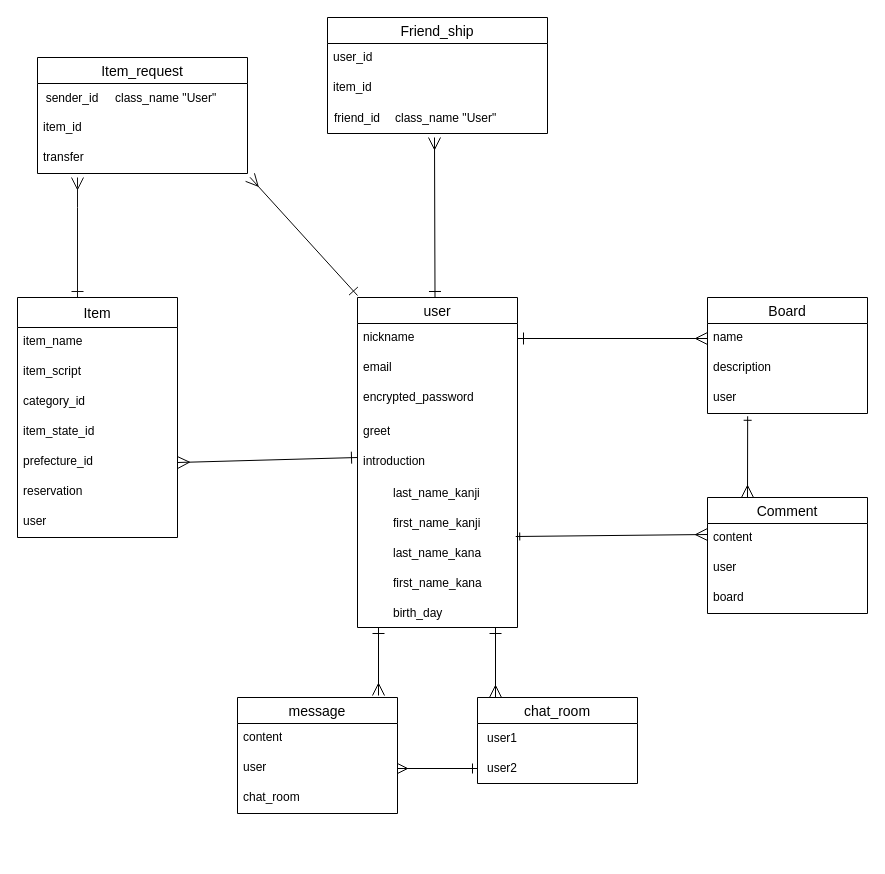
Earlier version of the draw.io diagram katarine.dio (Tomoki-Fukasawa/KATARINE). Source tidied: cells renumbered, new cells numbered last; positions are measured from the earlier drawing's top-left corner, leaving out a move shared by most shapes. Both pictures are drawn from the tidied source at 100%, with x=0, y=0 at pixel (17, 17).
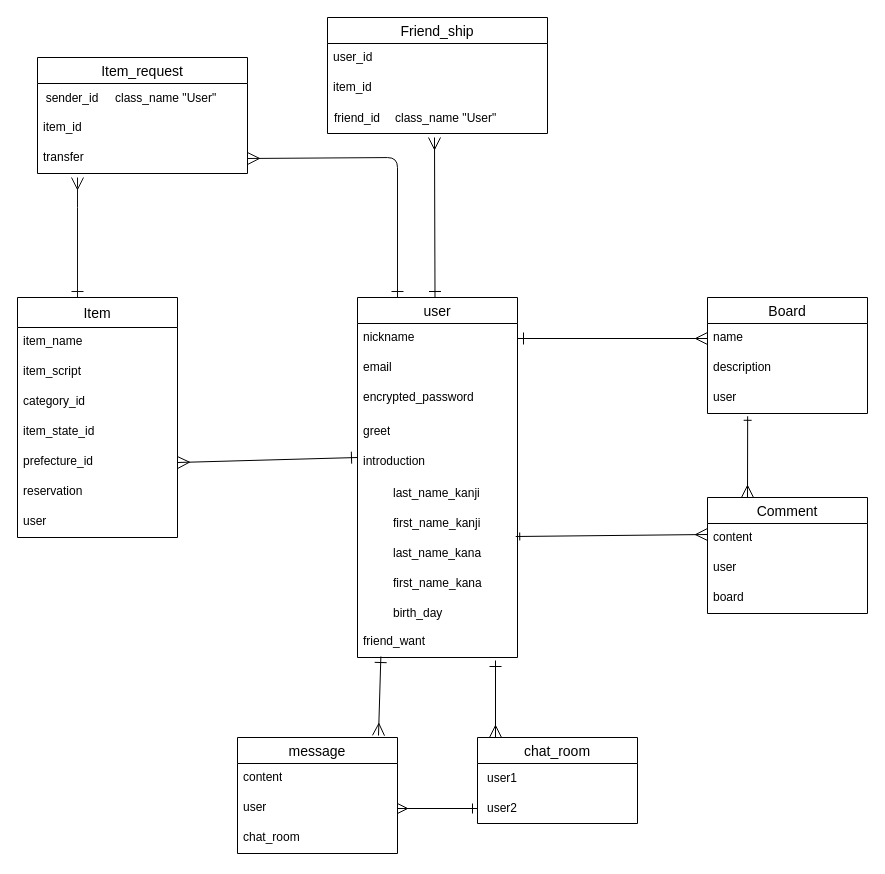
The same page after the edit.

The change refers to these unchanged cells:
```xml
<mxCell id="54" value="transfer" style="text;strokeColor=none;fillColor=none;spacingLeft=4;spacingRight=4;overflow=hidden;points=[[0,0.5],[1,0.5]];portConstraint=eastwest;fontSize=12;whiteSpace=wrap;html=1;" parent="48" vertex="1">
  <mxGeometry y="86" width="210" height="30" as="geometry" />
</mxCell>
```

What changed in the source:
```diff
@@
     <mxCell id="2" value="user" style="swimlane;fontStyle=0;horizontal=1;startSize=26;align=center;fontSize=14;" parent="1" vertex="1">
-      <mxGeometry x="340" y="280" width="160" height="330" as="geometry" />
+      <mxGeometry x="340" y="280" width="160" height="360" as="geometry" />
     </mxCell>
@@
+    <mxCell id="71" value="friend_want" style="text;strokeColor=none;fillColor=none;spacingLeft=4;spacingRight=4;overflow=hidden;points=[[0,0.5],[1,0.5]];portConstraint=eastwest;fontSize=12;whiteSpace=wrap;html=1;" parent="2" vertex="1">
+      <mxGeometry y="330" width="160" height="30" as="geometry" />
+    </mxCell>
@@
     <mxCell id="35" value="chat_room" style="swimlane;fontStyle=0;horizontal=1;startSize=26;align=center;fontSize=14;" parent="1" vertex="1">
-      <mxGeometry x="460" y="680" width="160" height="86" as="geometry" />
+      <mxGeometry x="460" y="720" width="160" height="86" as="geometry" />
     </mxCell>
     <mxCell id="36" style="shape=table;startSize=0;childLayout=tableLayout;rowLines=0;fontStyle=0;align=center;strokeColor=none;fillColor=none;" parent="35" vertex="1">
-      <mxGeometry y="26" width="160" height="30" as="geometry" />
+      <mxGeometry y="26" width="160" height="60" as="geometry" />
     </mxCell>
@@
-    <mxCell id="40" style="shape=table;startSize=0;childLayout=tableLayout;rowLines=0;fontStyle=0;align=center;strokeColor=none;fillColor=none;" parent="35" vertex="1">
-      <mxGeometry y="56" width="160" height="30" as="geometry" />
-    </mxCell>
-    <mxCell id="41" style="shape=tableRow;horizontal=0;startSize=0;swimlaneHead=0;swimlaneBody=0;fillColor=none;points=[[0,0.5],[1,0.5]];portConstraint=eastwest;top=0;left=0;right=0;bottom=0;" parent="40" vertex="1">
-      <mxGeometry width="160" height="30" as="geometry" />
+    <mxCell id="41" style="shape=tableRow;horizontal=0;startSize=0;swimlaneHead=0;swimlaneBody=0;fillColor=none;points=[[0,0.5],[1,0.5]];portConstraint=eastwest;top=0;left=0;right=0;bottom=0;" parent="36" vertex="1">
+      <mxGeometry y="30" width="160" height="30" as="geometry" />
     </mxCell>
@@
     <mxCell id="44" value="message" style="swimlane;fontStyle=0;horizontal=1;startSize=26;align=center;fontSize=14;" parent="1" vertex="1">
-      <mxGeometry x="220" y="680" width="160" height="116" as="geometry" />
+      <mxGeometry x="220" y="720" width="160" height="116" as="geometry" />
     </mxCell>
@@
-    <mxCell id="59" style="edgeStyle=none;html=1;exitX=0.75;exitY=0;exitDx=0;exitDy=0;endArrow=ERone;endFill=0;startArrow=ERmany;startFill=0;startSize=10;endSize=10;targetPerimeterSpacing=5;sourcePerimeterSpacing=5;" parent="1" edge="1">
+    <mxCell id="59" style="edgeStyle=none;html=1;exitX=0.75;exitY=0;exitDx=0;exitDy=0;endArrow=ERone;endFill=0;startArrow=ERmany;startFill=0;startSize=10;endSize=10;targetPerimeterSpacing=5;sourcePerimeterSpacing=5;entryX=0.146;entryY=0.967;entryDx=0;entryDy=0;entryPerimeter=0;" parent="1" edge="1" target="71">
       <mxGeometry relative="1" as="geometry">
-        <mxPoint x="361" y="678" as="sourcePoint" />
-        <mxPoint x="361" y="610" as="targetPoint" />
+        <mxPoint x="361" y="718" as="sourcePoint" />
       </mxGeometry>
     </mxCell>
     <mxCell id="60" style="edgeStyle=none;html=1;exitX=0.25;exitY=0;exitDx=0;exitDy=0;endArrow=ERone;endFill=0;startArrow=ERmany;startFill=0;startSize=10;endSize=10;targetPerimeterSpacing=4;sourcePerimeterSpacing=4;" parent="1" edge="1">
       <mxGeometry relative="1" as="geometry">
-        <mxPoint x="478" y="680" as="sourcePoint" />
-        <mxPoint x="478" y="610" as="targetPoint" />
+        <mxPoint x="478" y="720" as="sourcePoint" />
+        <mxPoint x="478" y="643" as="targetPoint" />
       </mxGeometry>
     </mxCell>
-    <mxCell id="61" style="edgeStyle=none;html=1;exitX=0;exitY=0;exitDx=0;exitDy=0;entryX=1.012;entryY=1.127;entryDx=0;entryDy=0;entryPerimeter=0;startArrow=ERone;startFill=0;endArrow=ERmany;endFill=0;targetPerimeterSpacing=4;sourcePerimeterSpacing=4;startSize=10;endSize=10;strokeColor=light-dark(#0a0a0a, #319eff);" parent="1" edge="1" target="54">
+    <mxCell id="61" style="edgeStyle=none;html=1;exitX=0.25;exitY=0;exitDx=0;exitDy=0;startArrow=ERone;startFill=0;endArrow=ERmany;endFill=0;targetPerimeterSpacing=4;sourcePerimeterSpacing=4;startSize=10;endSize=10;strokeColor=light-dark(#0a0a0a, #319eff);entryX=1;entryY=0.5;entryDx=0;entryDy=0;" parent="1" edge="1" source="2" target="54">
       <mxGeometry relative="1" as="geometry">
-        <mxPoint x="340" y="278" as="sourcePoint" />
+        <Array as="points">
+          <mxPoint x="380" y="140" />
+        </Array>
       </mxGeometry>
     </mxCell>
```
